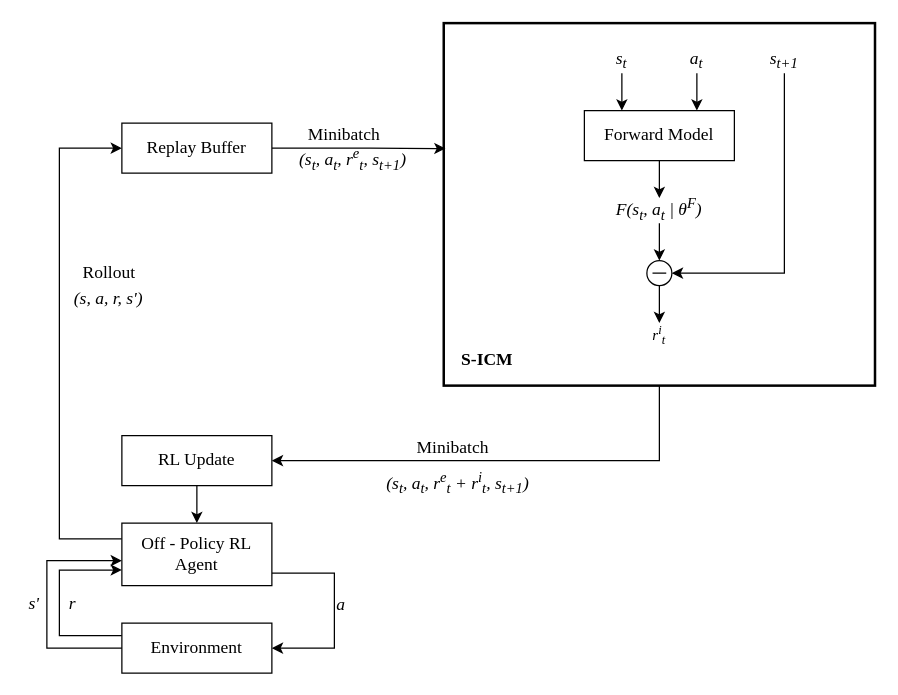
Above: review-0/review-0-architecture.drawio in nimishsantosh107/FYP-Reports (draw.io), before the change. Source tidied: cells renumbered, new cells numbered last; positions are measured from the earlier drawing's top-left corner, leaving out a move shared by most shapes. Both pictures are drawn from the tidied source at 125%, with x=0, y=0 at pixel (21, 22).
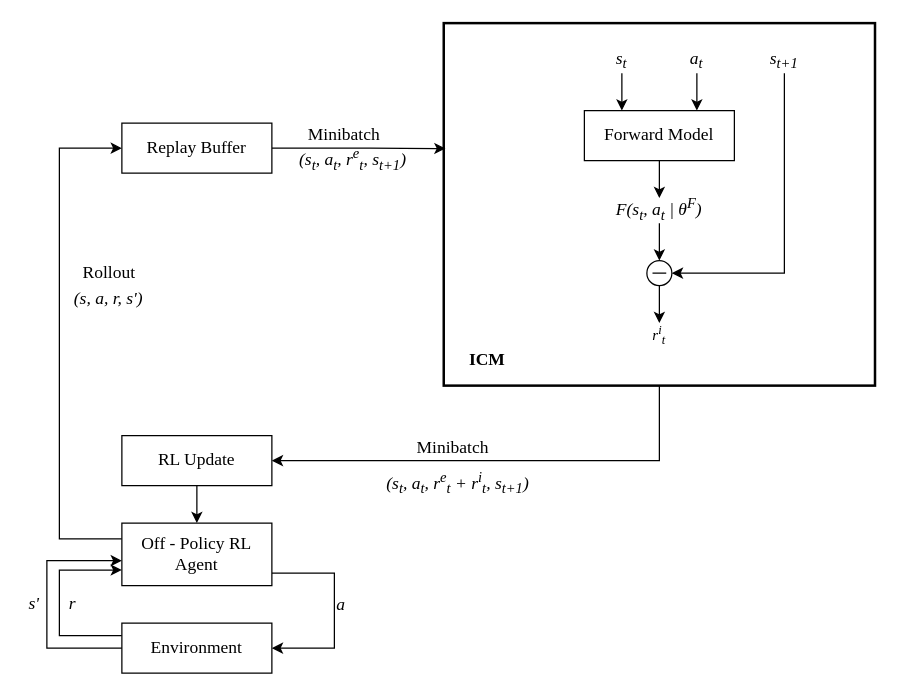
The same diagram, later.

Commit message (it also covers changes not shown here):
review-0 final-draft

The edit, as a diff of the source:
```diff
@@
-    <mxCell id="21" value="&lt;b&gt;&lt;font style=&quot;font-size: 14px&quot; face=&quot;Times New Roman&quot;&gt;S-ICM&lt;/font&gt;&lt;/b&gt;" style="text;html=1;strokeColor=none;fillColor=none;align=center;verticalAlign=middle;whiteSpace=wrap;rounded=0;sketch=0;fontSize=9;" parent="1" vertex="1">
+    <mxCell id="21" value="&lt;div&gt;&lt;b&gt;&lt;font style=&quot;font-size: 14px&quot; face=&quot;Times New Roman&quot;&gt;ICM&lt;/font&gt;&lt;/b&gt;&lt;/div&gt;" style="text;html=1;strokeColor=none;fillColor=none;align=center;verticalAlign=middle;whiteSpace=wrap;rounded=0;sketch=0;fontSize=9;" parent="1" vertex="1">
       <mxGeometry x="350" y="260" width="45" height="20" as="geometry" />
     </mxCell>
```
